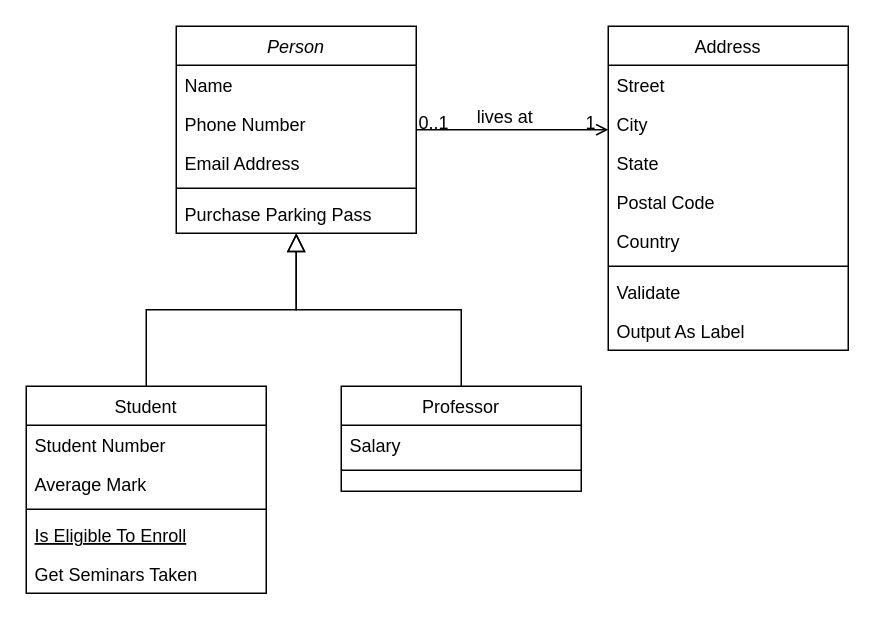
Earlier version of the draw.io diagram Untitled Diagram.drawio (imahanm/sajaya_project). Source tidied: cells renumbered, new cells numbered last; positions are measured from the earlier drawing's top-left corner, leaving out a move shared by most shapes. Both pictures are drawn from the tidied source at 150%, with x=0, y=0 at pixel (26, 26).
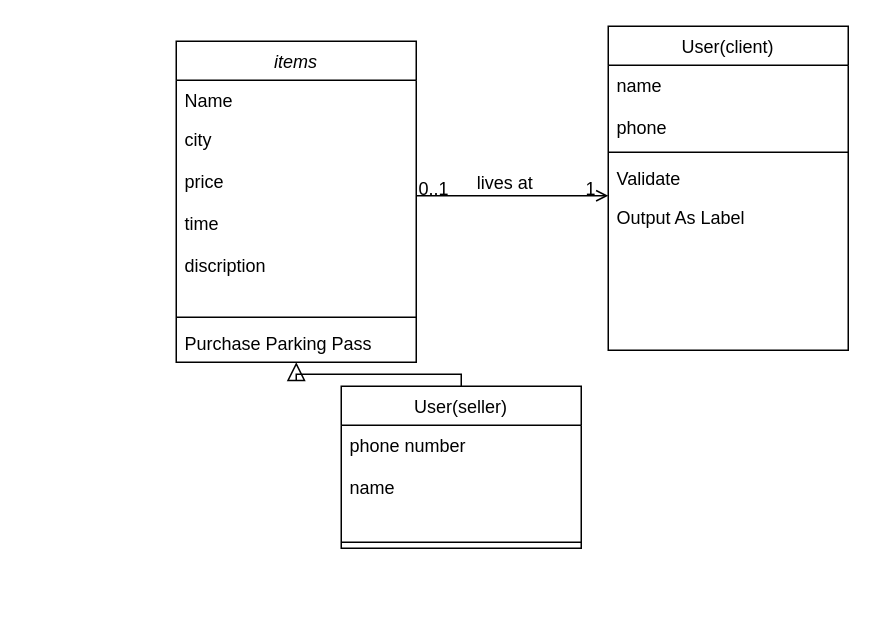
Above is the later version.

Change to the diagram source:
```diff
@@
-    <mxCell id="2" value="Person" style="swimlane;fontStyle=2;align=center;verticalAlign=top;horizontal=1;startSize=26;rounded=0;shadow=0;strokeWidth=1;" parent="1" vertex="1">
-      <mxGeometry x="100" width="160" height="138" as="geometry" />
+    <mxCell id="2" value="items" style="swimlane;fontStyle=2;align=center;verticalAlign=top;horizontal=1;startSize=26;rounded=0;shadow=0;strokeWidth=1;" parent="1" vertex="1">
+      <mxGeometry x="100" y="10" width="160" height="214" as="geometry" />
     </mxCell>
@@
-    <mxCell id="4" value="Phone Number" style="text;align=left;verticalAlign=top;spacingLeft=4;spacingRight=4;overflow=hidden;rounded=0;shadow=0;html=0;" parent="2" vertex="1">
-      <mxGeometry y="52" width="160" height="26" as="geometry" />
-    </mxCell>
-    <mxCell id="5" value="Email Address" style="text;align=left;verticalAlign=top;spacingLeft=4;spacingRight=4;overflow=hidden;rounded=0;shadow=0;html=0;" parent="2" vertex="1">
-      <mxGeometry y="78" width="160" height="26" as="geometry" />
+    <mxCell id="5" value="city&#10;&#10;price&#10;&#10;time &#10;&#10;discription&#10;" style="text;align=left;verticalAlign=top;spacingLeft=4;spacingRight=4;overflow=hidden;rounded=0;shadow=0;html=0;" parent="2" vertex="1">
+      <mxGeometry y="52" width="160" height="128" as="geometry" />
     </mxCell>
     <mxCell id="6" style="line;html=1;strokeWidth=1;align=left;verticalAlign=middle;spacingTop=-1;spacingLeft=3;spacingRight=3;labelPosition=right;" parent="2" vertex="1">
-      <mxGeometry y="104" width="160" height="8" as="geometry" />
+      <mxGeometry y="180" width="160" height="8" as="geometry" />
     </mxCell>
     <mxCell id="7" value="Purchase Parking Pass" style="text;align=left;verticalAlign=top;spacingLeft=4;spacingRight=4;overflow=hidden;" parent="2" vertex="1">
-      <mxGeometry y="112" width="160" height="26" as="geometry" />
+      <mxGeometry y="188" width="160" height="26" as="geometry" />
     </mxCell>
-    <mxCell id="8" value="Student" style="swimlane;fontStyle=0;align=center;verticalAlign=top;horizontal=1;startSize=26;rounded=0;shadow=0;strokeWidth=1;" parent="1" vertex="1">
-      <mxGeometry y="240" width="160" height="138" as="geometry" />
-    </mxCell>
-    <mxCell id="9" value="Student Number" style="text;align=left;verticalAlign=top;spacingLeft=4;spacingRight=4;overflow=hidden;" parent="8" vertex="1">
-      <mxGeometry y="26" width="160" height="26" as="geometry" />
-    </mxCell>
-    <mxCell id="10" value="Average Mark" style="text;align=left;verticalAlign=top;spacingLeft=4;spacingRight=4;overflow=hidden;rounded=0;shadow=0;html=0;" parent="8" vertex="1">
-      <mxGeometry y="52" width="160" height="26" as="geometry" />
-    </mxCell>
-    <mxCell id="11" style="line;html=1;strokeWidth=1;align=left;verticalAlign=middle;spacingTop=-1;spacingLeft=3;spacingRight=3;labelPosition=right;" parent="8" vertex="1">
-      <mxGeometry y="78" width="160" height="8" as="geometry" />
-    </mxCell>
-    <mxCell id="12" value="Is Eligible To Enroll" style="text;align=left;verticalAlign=top;spacingLeft=4;spacingRight=4;overflow=hidden;fontStyle=4;" parent="8" vertex="1">
-      <mxGeometry y="86" width="160" height="26" as="geometry" />
-    </mxCell>
-    <mxCell id="13" value="Get Seminars Taken" style="text;align=left;verticalAlign=top;spacingLeft=4;spacingRight=4;overflow=hidden;" parent="8" vertex="1">
-      <mxGeometry y="112" width="160" height="26" as="geometry" />
-    </mxCell>
-    <mxCell id="14" style="endArrow=block;endSize=10;endFill=0;shadow=0;strokeWidth=1;rounded=0;curved=0;edgeStyle=elbowEdgeStyle;elbow=vertical;" parent="1" edge="1" source="8" target="2">
-      <mxGeometry relative="1" as="geometry" />
-    </mxCell>
-    <mxCell id="15" value="Professor" style="swimlane;fontStyle=0;align=center;verticalAlign=top;horizontal=1;startSize=26;rounded=0;shadow=0;strokeWidth=1;" parent="1" vertex="1">
-      <mxGeometry x="210" y="240" width="160" height="70" as="geometry" />
+    <mxCell id="15" value="User(seller)" style="swimlane;fontStyle=0;align=center;verticalAlign=top;horizontal=1;startSize=26;rounded=0;shadow=0;strokeWidth=1;" parent="1" vertex="1">
+      <mxGeometry x="210" y="240" width="160" height="108" as="geometry" />
     </mxCell>
-    <mxCell id="16" value="Salary" style="text;align=left;verticalAlign=top;spacingLeft=4;spacingRight=4;overflow=hidden;" parent="15" vertex="1">
-      <mxGeometry y="26" width="160" height="26" as="geometry" />
+    <mxCell id="16" value="phone number &#10;&#10;name&#10;&#10;&#10;" style="text;align=left;verticalAlign=top;spacingLeft=4;spacingRight=4;overflow=hidden;" parent="15" vertex="1">
+      <mxGeometry y="26" width="160" height="74" as="geometry" />
     </mxCell>
     <mxCell id="17" style="line;html=1;strokeWidth=1;align=left;verticalAlign=middle;spacingTop=-1;spacingLeft=3;spacingRight=3;labelPosition=right;" parent="15" vertex="1">
-      <mxGeometry y="52" width="160" height="8" as="geometry" />
+      <mxGeometry y="100" width="160" height="8" as="geometry" />
     </mxCell>
@@
-    <mxCell id="19" value="Address" style="swimlane;fontStyle=0;align=center;verticalAlign=top;horizontal=1;startSize=26;rounded=0;shadow=0;strokeWidth=1;" parent="1" vertex="1">
+    <mxCell id="19" value="User(client)" style="swimlane;fontStyle=0;align=center;verticalAlign=top;horizontal=1;startSize=26;rounded=0;shadow=0;strokeWidth=1;" parent="1" vertex="1">
       <mxGeometry x="388" width="160" height="216" as="geometry" />
     </mxCell>
-    <mxCell id="20" value="Street" style="text;align=left;verticalAlign=top;spacingLeft=4;spacingRight=4;overflow=hidden;" parent="19" vertex="1">
-      <mxGeometry y="26" width="160" height="26" as="geometry" />
-    </mxCell>
-    <mxCell id="21" value="City" style="text;align=left;verticalAlign=top;spacingLeft=4;spacingRight=4;overflow=hidden;rounded=0;shadow=0;html=0;" parent="19" vertex="1">
-      <mxGeometry y="52" width="160" height="26" as="geometry" />
-    </mxCell>
-    <mxCell id="22" value="State" style="text;align=left;verticalAlign=top;spacingLeft=4;spacingRight=4;overflow=hidden;rounded=0;shadow=0;html=0;" parent="19" vertex="1">
-      <mxGeometry y="78" width="160" height="26" as="geometry" />
-    </mxCell>
-    <mxCell id="23" value="Postal Code" style="text;align=left;verticalAlign=top;spacingLeft=4;spacingRight=4;overflow=hidden;rounded=0;shadow=0;html=0;" parent="19" vertex="1">
-      <mxGeometry y="104" width="160" height="26" as="geometry" />
-    </mxCell>
-    <mxCell id="24" value="Country" style="text;align=left;verticalAlign=top;spacingLeft=4;spacingRight=4;overflow=hidden;rounded=0;shadow=0;html=0;" parent="19" vertex="1">
-      <mxGeometry y="130" width="160" height="26" as="geometry" />
+    <mxCell id="24" value="name&#10;&#10;phone" style="text;align=left;verticalAlign=top;spacingLeft=4;spacingRight=4;overflow=hidden;rounded=0;shadow=0;html=0;" parent="19" vertex="1">
+      <mxGeometry y="26" width="160" height="54" as="geometry" />
     </mxCell>
     <mxCell id="25" style="line;html=1;strokeWidth=1;align=left;verticalAlign=middle;spacingTop=-1;spacingLeft=3;spacingRight=3;labelPosition=right;" parent="19" vertex="1">
-      <mxGeometry y="156" width="160" height="8" as="geometry" />
+      <mxGeometry y="80" width="160" height="8" as="geometry" />
     </mxCell>
     <mxCell id="26" value="Validate" style="text;align=left;verticalAlign=top;spacingLeft=4;spacingRight=4;overflow=hidden;" parent="19" vertex="1">
-      <mxGeometry y="164" width="160" height="26" as="geometry" />
+      <mxGeometry y="88" width="160" height="26" as="geometry" />
     </mxCell>
     <mxCell id="27" value="Output As Label" style="text;align=left;verticalAlign=top;spacingLeft=4;spacingRight=4;overflow=hidden;" parent="19" vertex="1">
-      <mxGeometry y="190" width="160" height="26" as="geometry" />
+      <mxGeometry y="114" width="160" height="26" as="geometry" />
     </mxCell>
```
